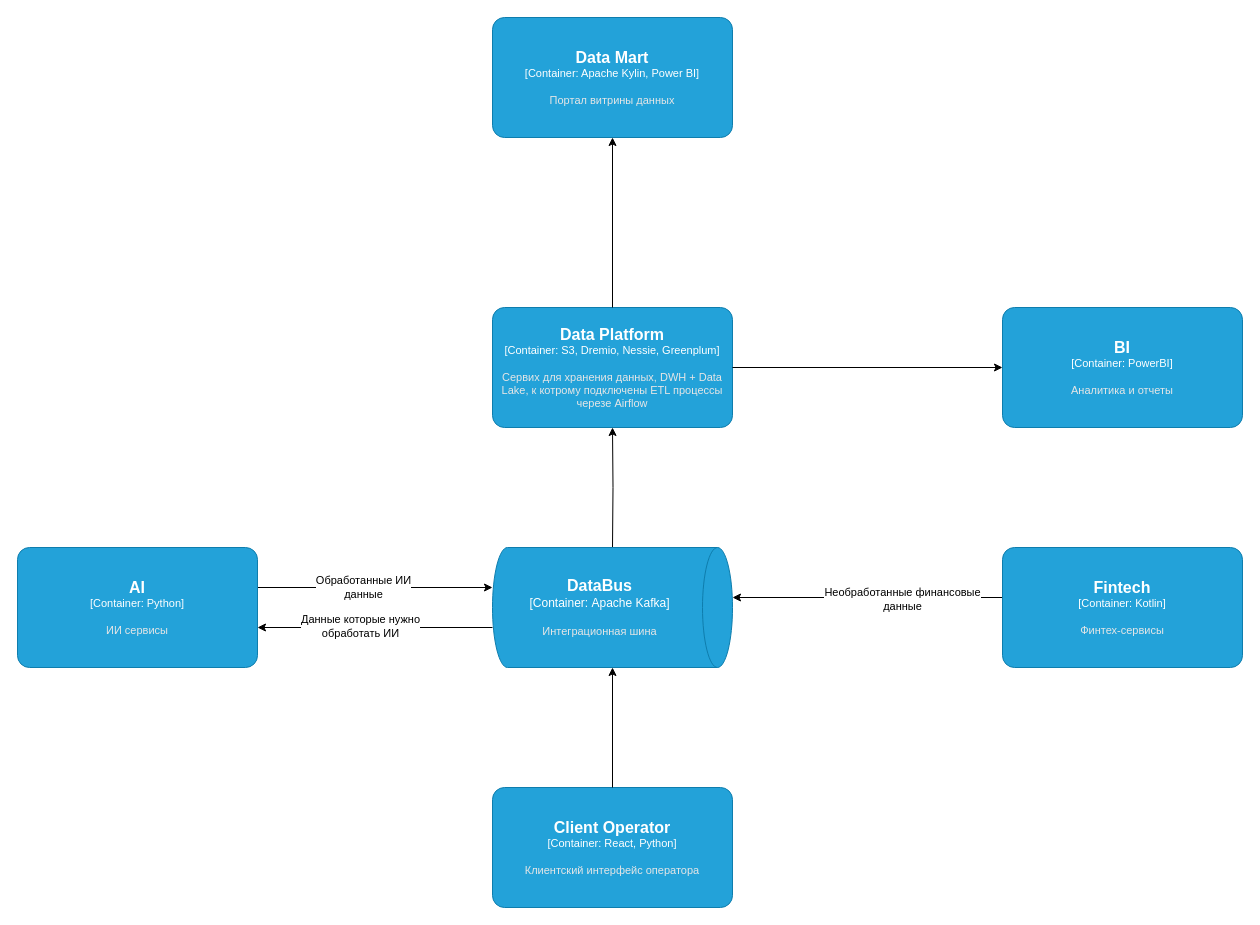
The draw.io diagram sprint11/Task1/task1_C4.drawio in vladis62/yandex-asoftware-architect, before the edit. Source tidied: cells renumbered, new cells numbered last; positions are measured from the earlier drawing's top-left corner, leaving out a move shared by most shapes. Both pictures are drawn from the tidied source at 100%, with x=0, y=0 at pixel (17, 17).
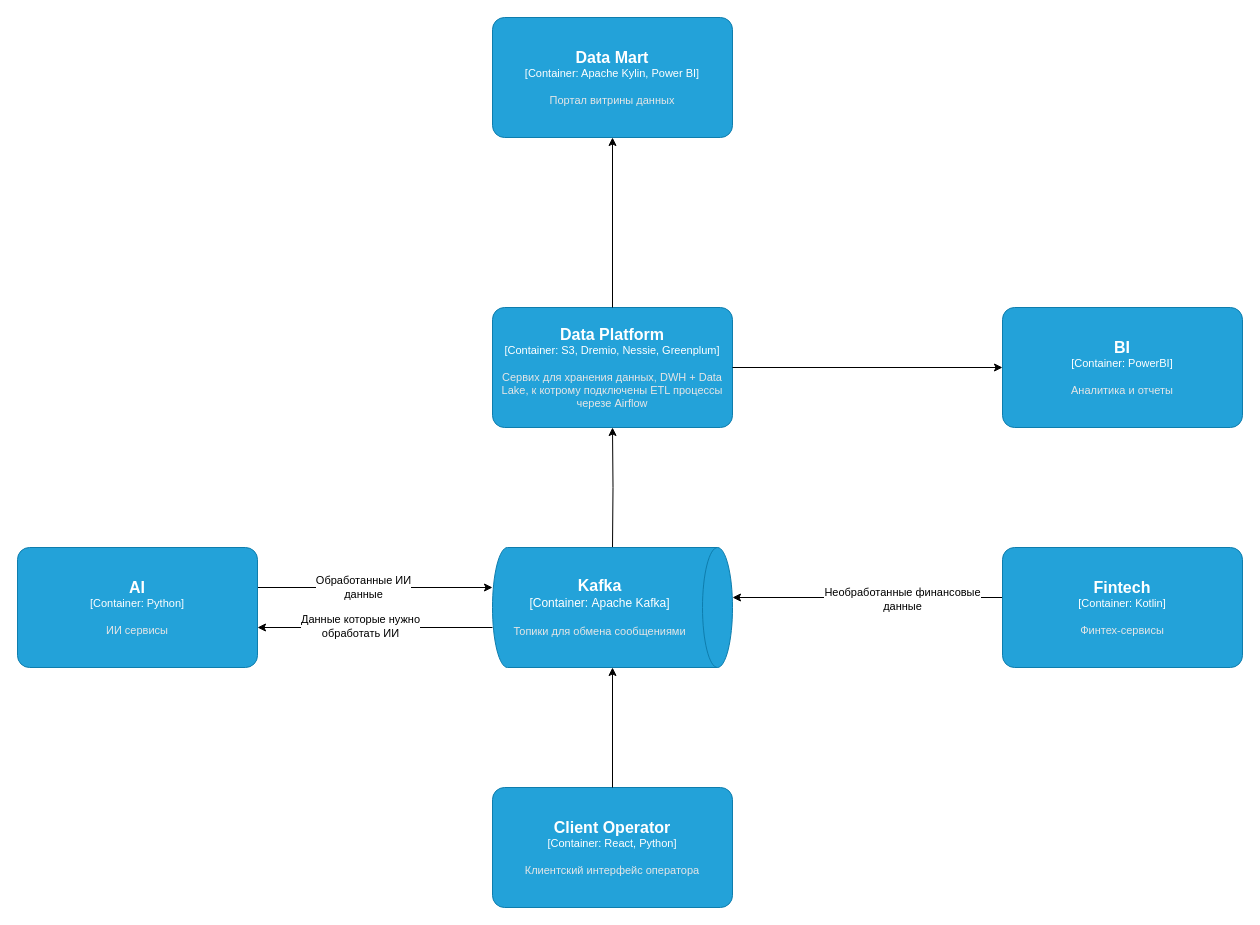
The same diagram, later.

Diff of the diagram source:
```diff
@@
-    <object id="7" label="&lt;font style=&quot;font-size: 16px&quot;&gt;&lt;b&gt;%c4Name%&lt;/b&gt;&lt;/font&gt;&lt;div&gt;[%c4Type%:&amp;nbsp;%c4Technology%]&lt;/div&gt;&lt;br&gt;&lt;div&gt;&lt;font style=&quot;font-size: 11px&quot;&gt;&lt;font color=&quot;#E6E6E6&quot;&gt;%c4Description%&lt;/font&gt;&lt;/div&gt;" c4Description="Интеграционная шина" c4Name="DataBus" c4Technology="Apache Kafka" c4Type="Container" placeholders="1">
+    <object id="7" label="&lt;font style=&quot;font-size: 16px&quot;&gt;&lt;b&gt;%c4Name%&lt;/b&gt;&lt;/font&gt;&lt;div&gt;[%c4Type%:&amp;nbsp;%c4Technology%]&lt;/div&gt;&lt;br&gt;&lt;div&gt;&lt;font style=&quot;font-size: 11px&quot;&gt;&lt;font color=&quot;#E6E6E6&quot;&gt;%c4Description%&lt;/font&gt;&lt;/div&gt;" c4Description="Топики для обмена сообщениями" c4Name="Kafka" c4Technology="Apache Kafka" c4Type="Container" placeholders="1">
       <mxCell style="shape=cylinder3;size=15;direction=south;whiteSpace=wrap;html=1;boundedLbl=1;rounded=0;labelBackgroundColor=none;fillColor=#23A2D9;fontSize=12;fontColor=#ffffff;align=center;strokeColor=#0E7DAD;points=[[0.5,0,0],[1,0.25,0],[1,0.5,0],[1,0.75,0],[0.5,1,0],[0,0.75,0],[0,0.5,0],[0,0.25,0]];" parent="1" vertex="1">
         <mxGeometry x="475" y="530" width="240" height="120" as="geometry" />
       </mxCell>
     </object>
```
